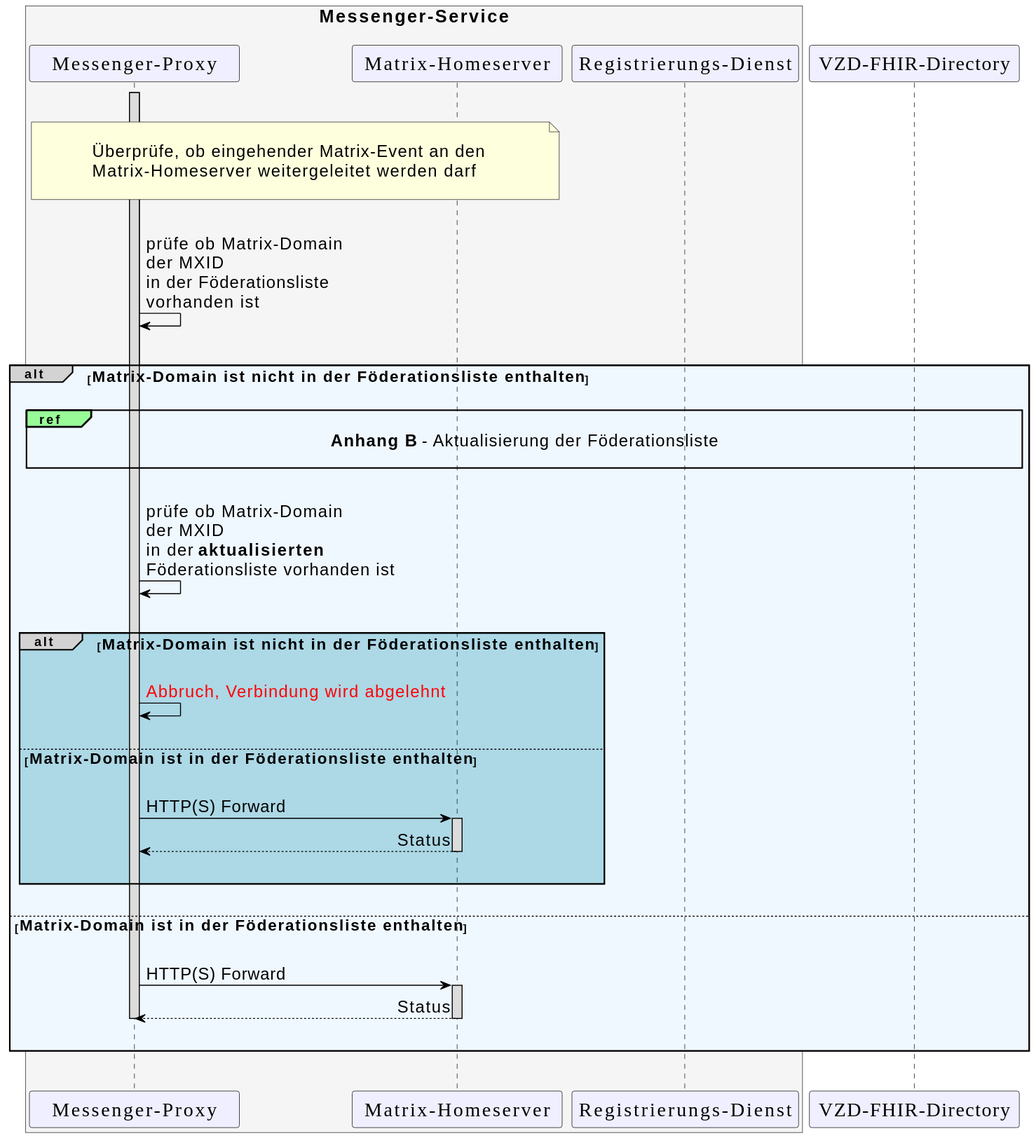
This is images/diagrams/TI-Messenger-Dienst/Ressourcen/UC_10064_Seq.svg from gematik/api-ti-messenger, a PlantUML export, as it was before one commit.
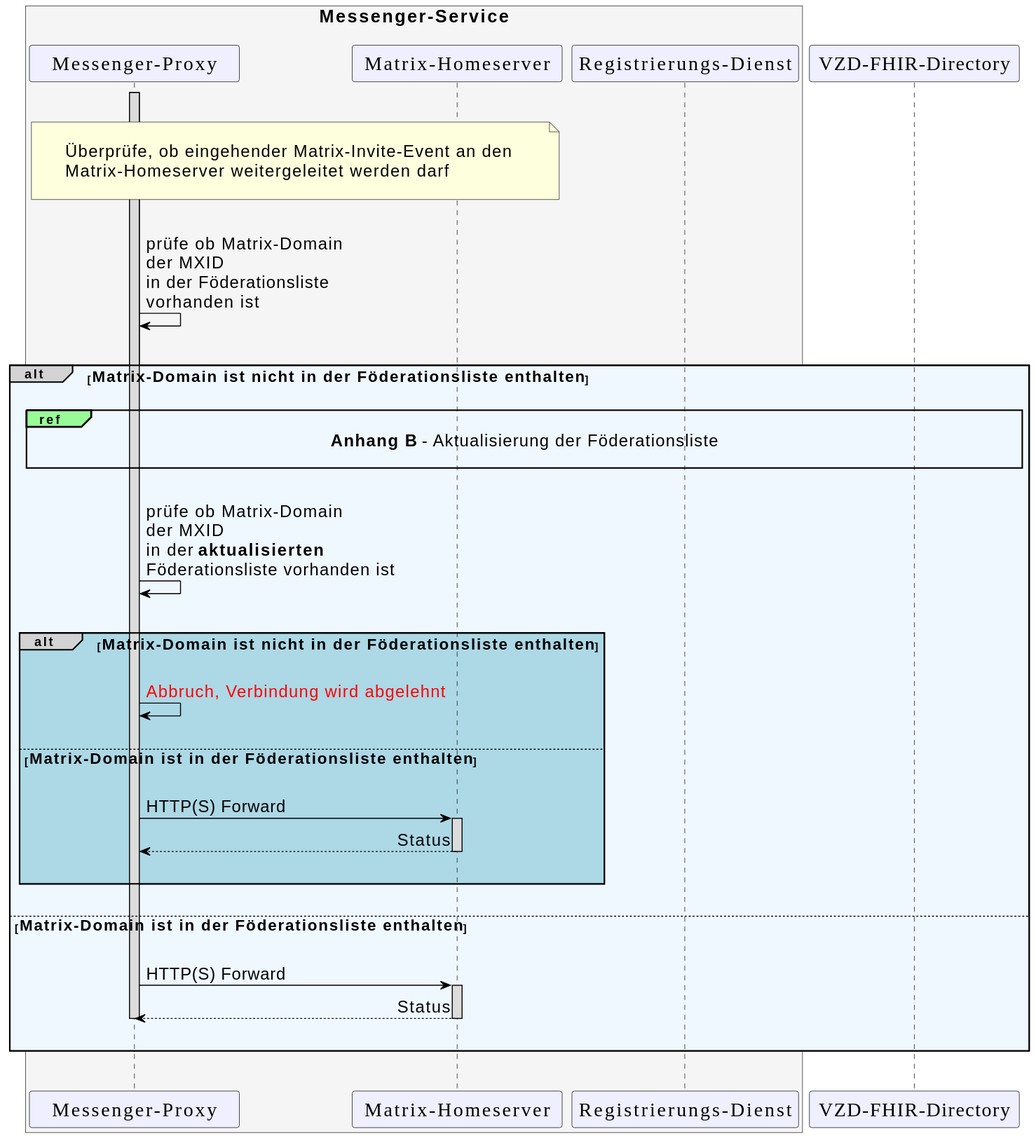
Later version of the same file.

Diff of the diagram source:
```diff
@@ -33,7 +33,7 @@
     participant VZD as "VZD-FHIR-Directory"
 
 |||
-note over MP, MH: \n<size:17>Überprüfe, ob eingehender Matrix-Event an den \n<size:17>Matrix-Homeserver weitergeleitet werden darf</size>\n
+note over MP, MH: \n<size:17>Überprüfe, ob eingehender Matrix-Invite-Event an den \n<size:17>Matrix-Homeserver weitergeleitet werden darf</size>\n
 |||
 
     Activate MP
```
